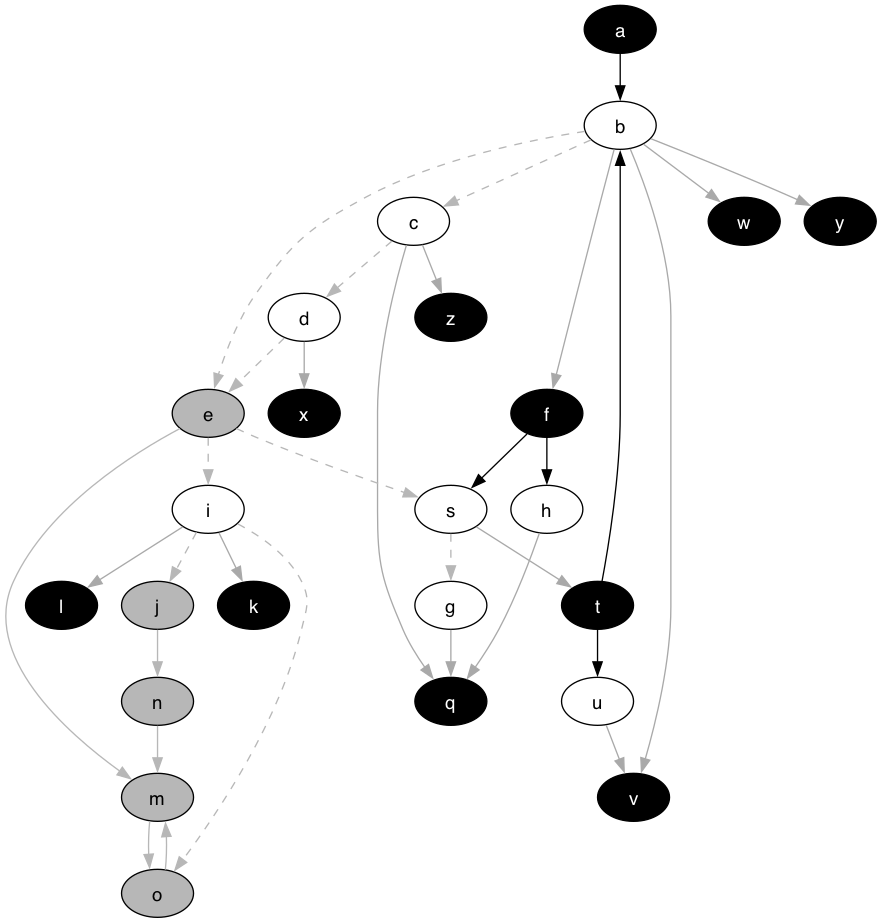
The Graphviz diagram IDCC-2024/graphs/kernel_graph_colored.png in idaks/Games-and-Argumentation, before a commit. Its source is kept beside it as IDCC-2024/graphs/kernel_graph_colored.dot.
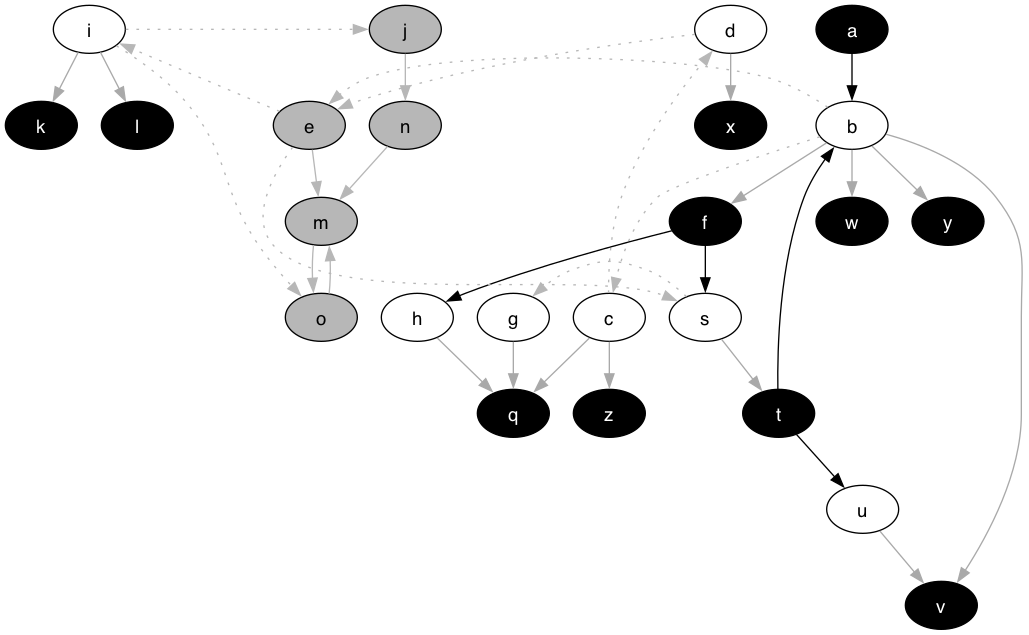
After the change.

What changed in the source:
```diff
@@ -1,42 +1,44 @@
 digraph G {
+  rankdir="TB"
   node [shape=oval style=filled fontname=Helvetica fontsize=14]
-  node [fillcolor="#ffffff" fontcolor="#000000"] b c d s g h i u;
-  node [fillcolor="#000000" fontcolor="#ffffff"] a t f k l q v w x y z;
-  node [fillcolor="#b7b7b7" fontcolor="#000000"] e j m o n;
-  edge [dir=forward, color="#000000", style="solid"]
-        "a" -> "b";
-        "t" -> "b";
-        "f" -> "h";
-        "f" -> "s";
-        "t" -> "u";
-  edge [dir=forward, color="#b7b7b7", style="dashed"]
-        "b" -> "c";
-        "c" -> "d";
-        "b" -> "e";
-        "d" -> "e";
-        "s" -> "g";
-        "e" -> "i";
-        "i" -> "j";
-        "i" -> "o";
-        "e" -> "s";
-  edge [dir=forward, color="#A9A9A9", style="solid"]
-        "b" -> "f";
-        "i" -> "k";
-        "i" -> "l";
-        "g" -> "q";
-        "h" -> "q";
-        "c" -> "q";
-        "s" -> "t";
-        "b" -> "v";
-        "u" -> "v";
-        "b" -> "w";
-        "d" -> "x";
-        "b" -> "y";
-        "c" -> "z";
-  edge [dir=forward, color="#b7b7b7", style="solid"]
-        "e" -> "m";
-        "o" -> "m";
-        "n" -> "m";
-        "j" -> "n";
-        "m" -> "o";
+  node [fillcolor="#ffffff" fontcolor="#000000"] b c d s g h i u
+  node [fillcolor="#000000" fontcolor="#ffffff"] a t f k l q v w x y z
+  node [fillcolor="#b7b7b7" fontcolor="#000000"] e j m o n
+  edge [dir=forward color="#000000" style="solid"]
+        "a" -> "b"
+        "t" -> "b"
+        "f" -> "h"
+        "f" -> "s"
+        "t" -> "u"
+  edge [dir=forward color="#A9A9A9" style="solid"]
+        "b" -> "f"
+        "i" -> "k"
+        "i" -> "l"
+        "g" -> "q"
+        "h" -> "q"
+        "c" -> "q"
+        "s" -> "t"
+        "b" -> "v"
+        "u" -> "v"
+        "b" -> "w"
+        "d" -> "x"
+        "b" -> "y"
+        "c" -> "z"
+  edge [dir=forward color="#b7b7b7" style="solid"]
+        "e" -> "m"
+        "o" -> "m"
+        "n" -> "m"
+        "j" -> "n"
+        "m" -> "o"
+  edge [dir=forward color="#b7b7b7" style="dotted" constraint=false]
+        "b" -> "c"
+        "c" -> "d"
+        "b" -> "e"
+        "d" -> "e"
+        "s" -> "g"
+        "e" -> "i"
+        "i" -> "j"
+        "i" -> "o"
+        "e" -> "s"
+
 }
```
